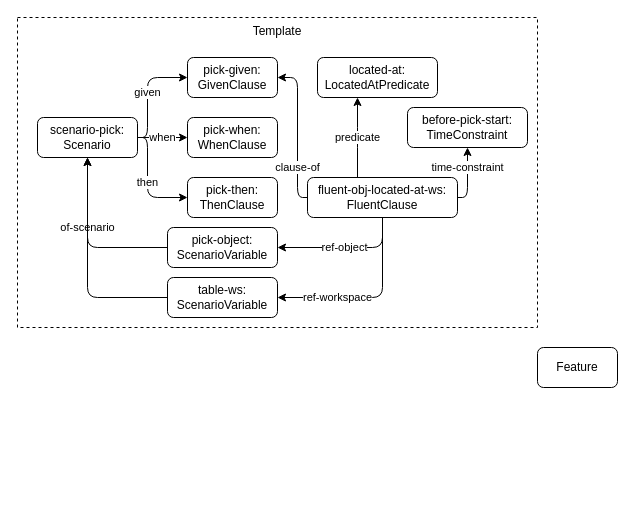
This is bdd-concepts.drawio from minhnh/drawio-diagrams, a draw.io file, before an edit. Source tidied: cells renumbered, new cells numbered last; positions are measured from the earlier drawing's top-left corner, leaving out a move shared by most shapes. Both pictures are drawn from the tidied source at 100%, with x=0, y=0 at pixel (17, 17).
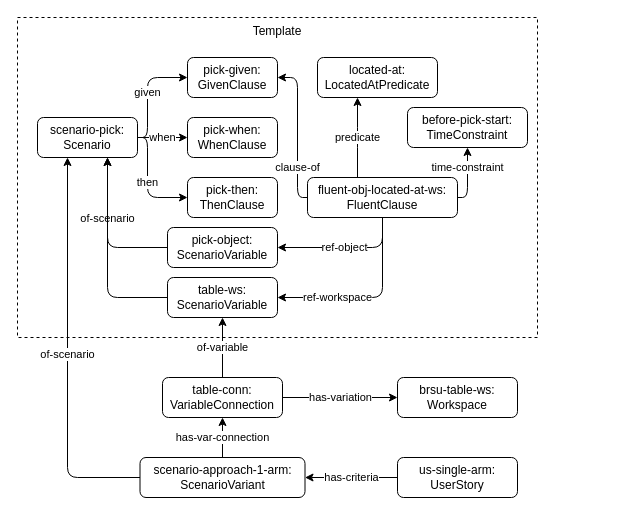
The same page after the edit.

Commit message:
add scenario variant, user story

The change refers to these unchanged cells:
```xml
<mxCell id="4" value="scenario-pick: Scenario" style="rounded=1;whiteSpace=wrap;html=1;" parent="3" vertex="1">
  <mxGeometry x="20" y="100" width="100" height="40" as="geometry" />
</mxCell>
<mxCell id="12" value="pick-object: ScenarioVariable" style="rounded=1;whiteSpace=wrap;html=1;" parent="3" vertex="1">
  <mxGeometry x="150" y="210" width="110" height="40" as="geometry" />
</mxCell>
<mxCell id="20" value="table-ws: ScenarioVariable" style="rounded=1;whiteSpace=wrap;html=1;" parent="3" vertex="1">
  <mxGeometry x="150" y="260" width="110" height="40" as="geometry" />
</mxCell>
```

The edit, as a diff of the source:
```diff
@@
+    <mxCell id="23" value="has-criteria" style="edgeStyle=orthogonalEdgeStyle;rounded=1;jettySize=auto;html=1;" parent="1" edge="1" source="2" target="30">
+      <mxGeometry relative="1" as="geometry" />
+    </mxCell>
-    <mxCell id="2" value="Feature" style="rounded=1;whiteSpace=wrap;html=1;" parent="1" vertex="1">
-      <mxGeometry x="520" y="330" width="80" height="40" as="geometry" />
+    <mxCell id="2" value="us-single-arm: UserStory" style="rounded=1;whiteSpace=wrap;html=1;" parent="1" vertex="1">
+      <mxGeometry x="380" y="440" width="120" height="40" as="geometry" />
     </mxCell>
     <mxCell id="3" value="Template" style="rounded=0;whiteSpace=wrap;html=1;verticalAlign=top;fillColor=none;dashed=1;" parent="1" vertex="1">
-      <mxGeometry width="520" height="310" as="geometry" />
+      <mxGeometry width="520" height="320" as="geometry" />
     </mxCell>
@@
     <mxCell id="11" value="of-scenario" style="edgeStyle=orthogonalEdgeStyle;rounded=1;jettySize=auto;html=1;" parent="3" edge="1" source="12" target="4">
-      <mxGeometry x="0.18" relative="1" as="geometry" />
+      <mxGeometry x="0.18" relative="1" as="geometry">
+        <Array as="points">
+          <mxPoint x="90" y="230" />
+        </Array>
+      </mxGeometry>
     </mxCell>
@@
     <mxCell id="19" style="edgeStyle=orthogonalEdgeStyle;rounded=1;jettySize=auto;html=1;" parent="3" edge="1" source="20" target="4">
-      <mxGeometry relative="1" as="geometry" />
+      <mxGeometry relative="1" as="geometry">
+        <Array as="points">
+          <mxPoint x="90" y="280" />
+        </Array>
+      </mxGeometry>
     </mxCell>
@@
+    <mxCell id="24" value="of-variable" style="edgeStyle=orthogonalEdgeStyle;rounded=1;jettySize=auto;html=1;" parent="1" edge="1" source="26" target="20">
+      <mxGeometry relative="1" as="geometry" />
+    </mxCell>
+    <mxCell id="25" value="has-variation" style="edgeStyle=orthogonalEdgeStyle;rounded=1;jettySize=auto;html=1;" parent="1" edge="1" source="26" target="27">
+      <mxGeometry relative="1" as="geometry" />
+    </mxCell>
+    <mxCell id="26" value="table-conn: VariableConnection" style="rounded=1;whiteSpace=wrap;html=1;" parent="1" vertex="1">
+      <mxGeometry x="145" y="360" width="120" height="40" as="geometry" />
+    </mxCell>
+    <mxCell id="27" value="brsu-table-ws: Workspace" style="rounded=1;whiteSpace=wrap;html=1;" parent="1" vertex="1">
+      <mxGeometry x="380" y="360" width="120" height="40" as="geometry" />
+    </mxCell>
+    <mxCell id="28" value="has-var-connection" style="edgeStyle=orthogonalEdgeStyle;rounded=1;jettySize=auto;html=1;" parent="1" edge="1" source="30" target="26">
+      <mxGeometry relative="1" as="geometry" />
+    </mxCell>
+    <mxCell id="29" value="of-scenario" style="edgeStyle=orthogonalEdgeStyle;rounded=1;jettySize=auto;html=1;" parent="1" edge="1" source="30" target="4">
+      <mxGeometry relative="1" as="geometry">
+        <Array as="points">
+          <mxPoint x="50" y="460" />
+        </Array>
+      </mxGeometry>
+    </mxCell>
+    <mxCell id="30" value="scenario-approach-1-arm: ScenarioVariant" style="rounded=1;whiteSpace=wrap;html=1;" parent="1" vertex="1">
+      <mxGeometry x="122.5" y="440" width="165" height="40" as="geometry" />
+    </mxCell>
```
